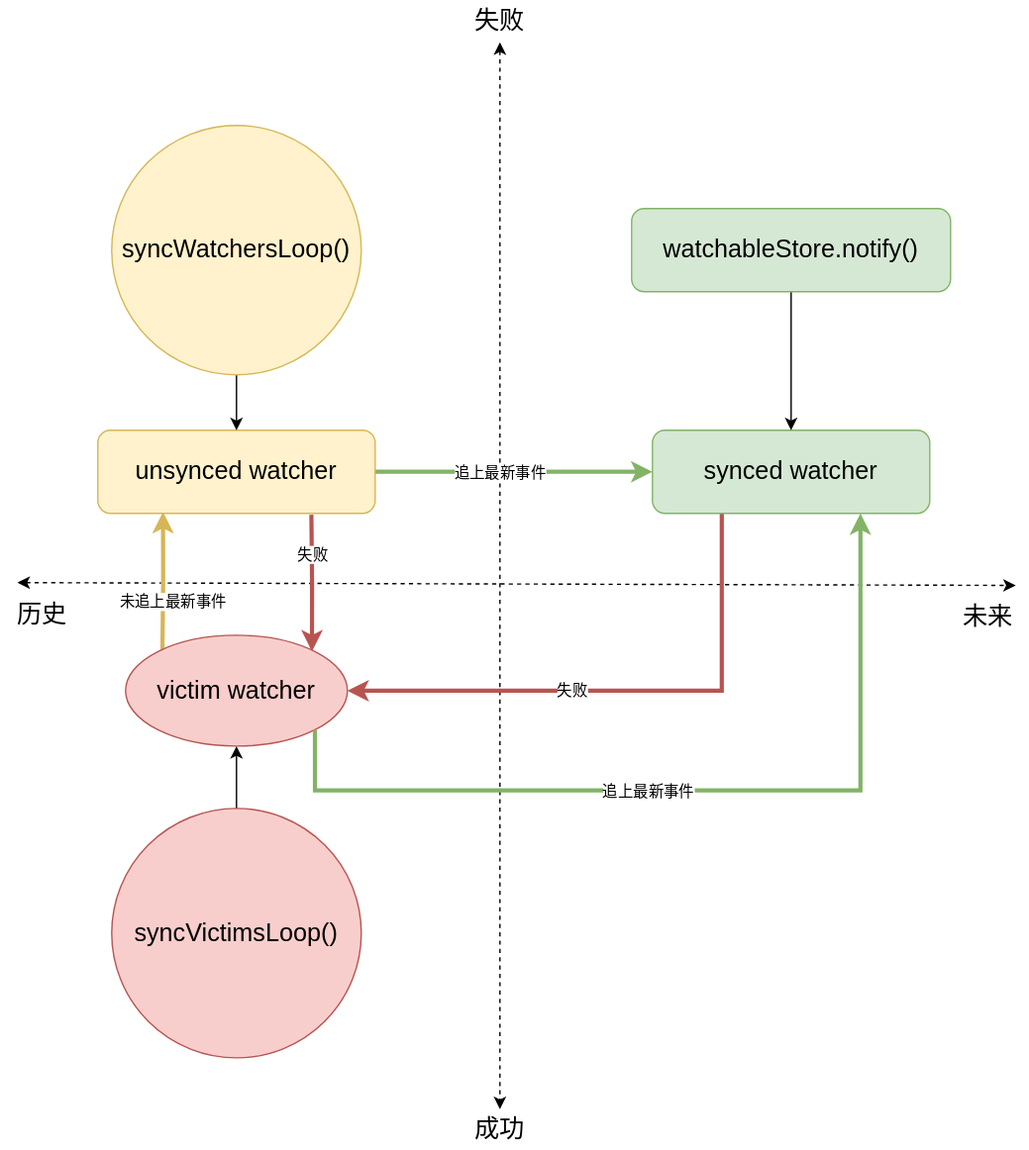
Before: docs/images/etcd/synced-unsynced-victim-watcher.svg, a diagram exported from draw.io (kangxiaoning/kangxiaoning.github.io). Source tidied: cells renumbered, new cells last; positions are measured from the earlier drawing's top-left corner, leaving out a move shared by most shapes.
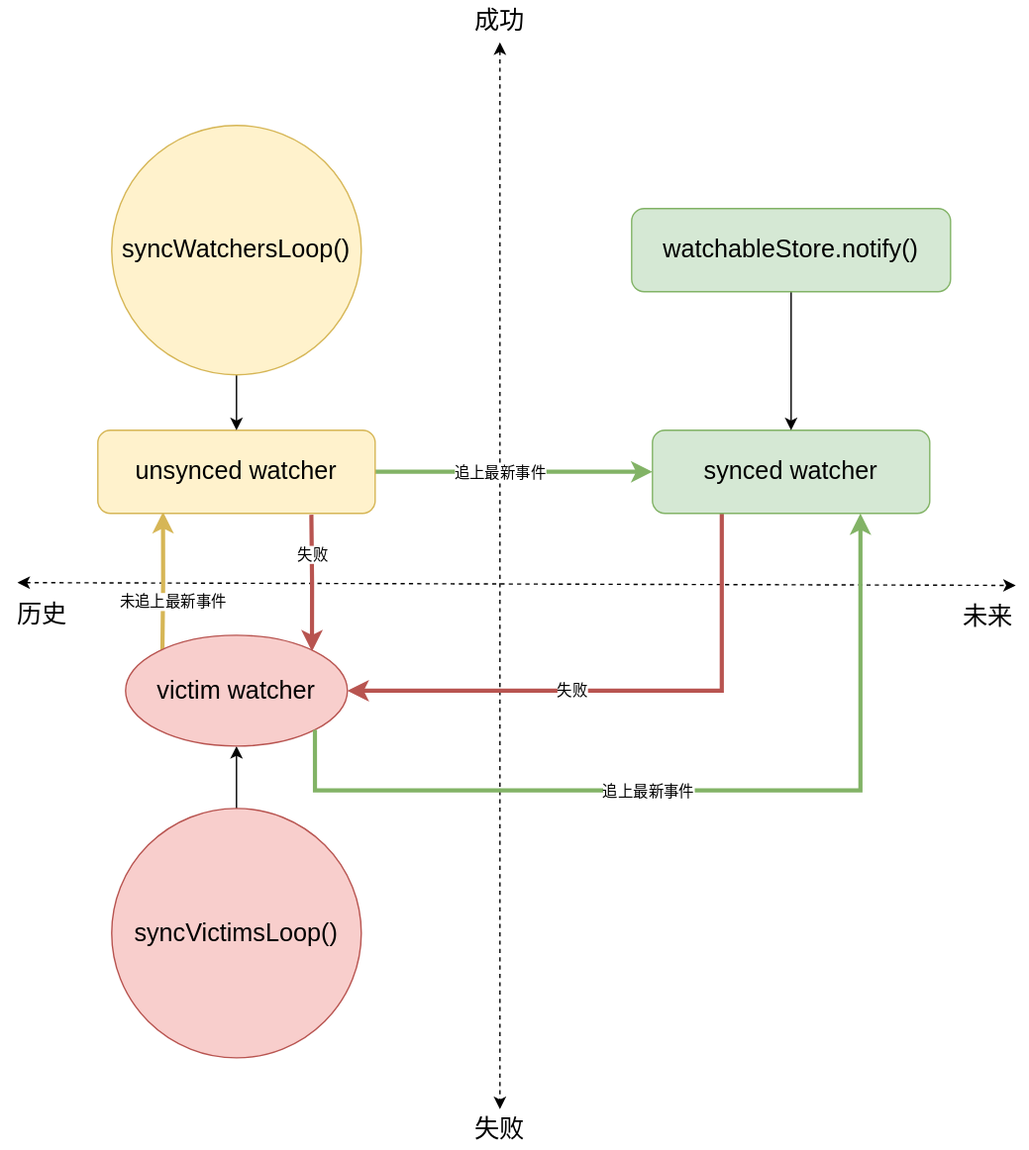
After the commit.

Commit message:
rebuilding site

Diff of the diagram source:
```diff
@@ -65,10 +65,10 @@
     <mxCell id="15" value="&lt;font style=&quot;font-size: 18px;&quot;&gt;watchableStore.notify()&lt;/font&gt;" style="rounded=1;whiteSpace=wrap;html=1;fillColor=#d5e8d4;strokeColor=#82b366;" parent="1" vertex="1">
       <mxGeometry x="455" y="150" width="230" height="60" as="geometry" />
     </mxCell>
-    <mxCell id="16" value="&lt;span style=&quot;font-size: 18px;&quot;&gt;成功&lt;/span&gt;" style="text;html=1;strokeColor=none;fillColor=none;align=center;verticalAlign=middle;whiteSpace=wrap;rounded=0;" parent="1" vertex="1">
+    <mxCell id="16" value="&lt;span style=&quot;font-size: 18px;&quot;&gt;失败&lt;/span&gt;" style="text;html=1;strokeColor=none;fillColor=none;align=center;verticalAlign=middle;whiteSpace=wrap;rounded=0;" parent="1" vertex="1">
       <mxGeometry x="330" y="800" width="60" height="30" as="geometry" />
     </mxCell>
-    <mxCell id="17" value="&lt;span style=&quot;font-size: 18px;&quot;&gt;失败&lt;/span&gt;" style="text;html=1;strokeColor=none;fillColor=none;align=center;verticalAlign=middle;whiteSpace=wrap;rounded=0;" parent="1" vertex="1">
+    <mxCell id="17" value="&lt;span style=&quot;font-size: 18px;&quot;&gt;成功&lt;/span&gt;" style="text;html=1;strokeColor=none;fillColor=none;align=center;verticalAlign=middle;whiteSpace=wrap;rounded=0;" parent="1" vertex="1">
       <mxGeometry x="330" width="60" height="30" as="geometry" />
     </mxCell>
     <mxCell id="18" value="unsynced watcher" style="rounded=1;whiteSpace=wrap;html=1;fontSize=18;fillColor=#fff2cc;strokeColor=#d6b656;" parent="1" vertex="1">
```
